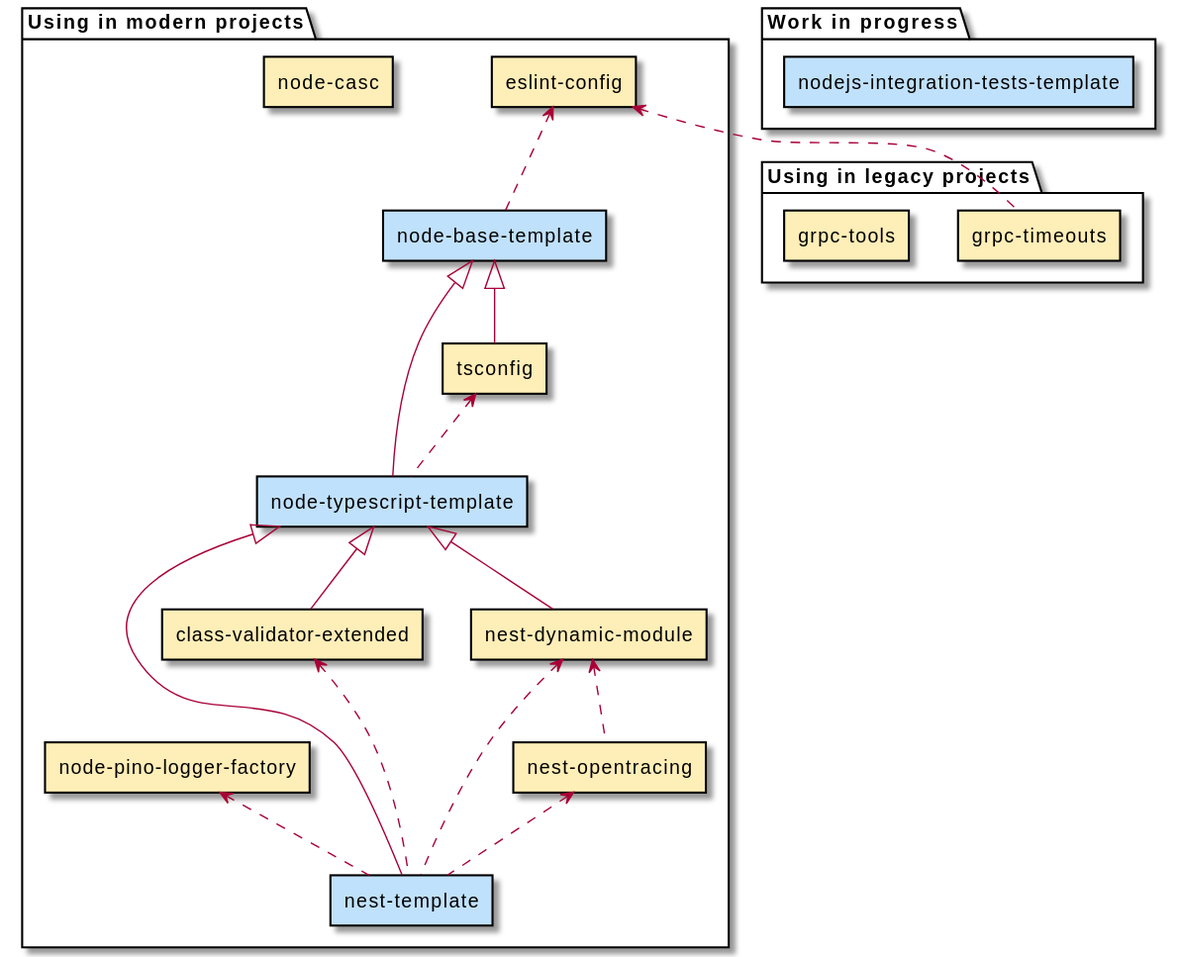
The PlantUML diagram docs/nodejs.svg in Byndyusoft/awesome-byndyusoft-opensource, before a commit.
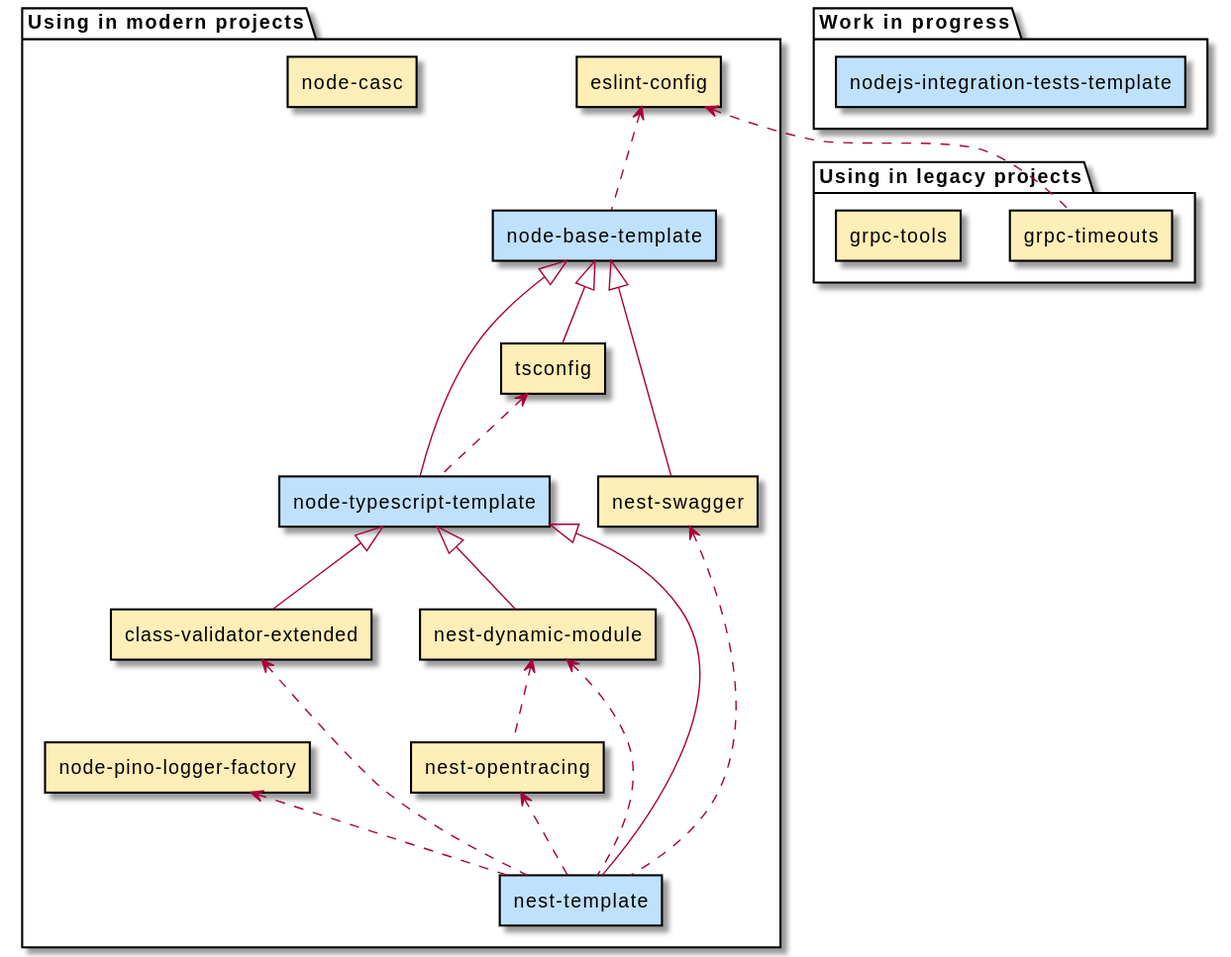
After the change.

What changed in the source:
```diff
@@ -11,6 +11,7 @@
   PACKAGE("eslint-config")
   PACKAGE("nest-dynamic-module")
   PACKAGE("nest-opentracing")
+  PACKAGE("nest-swagger")
   PACKAGE("node-casc")
   PACKAGE("node-pino-logger-factory")
   PACKAGE("tsconfig")
@@ -29,6 +30,7 @@
 USE("nest-template", "class-validator-extended")
 USE("nest-template", "nest-dynamic-module")
 USE("nest-template", "nest-opentracing")
+USE("nest-template", "nest-swagger")
 USE("nest-template", "node-pino-logger-factory")
 
 USE("node-base-template", "eslint-config")
@@ -42,6 +44,8 @@
 
 USE("nest-opentracing", "nest-dynamic-module")
 
+EXTENDS("nest-swagger", "node-base-template")
+
 EXTENDS("tsconfig", "node-base-template")
 
 USE("grpc-timeouts", "eslint-config")
```
